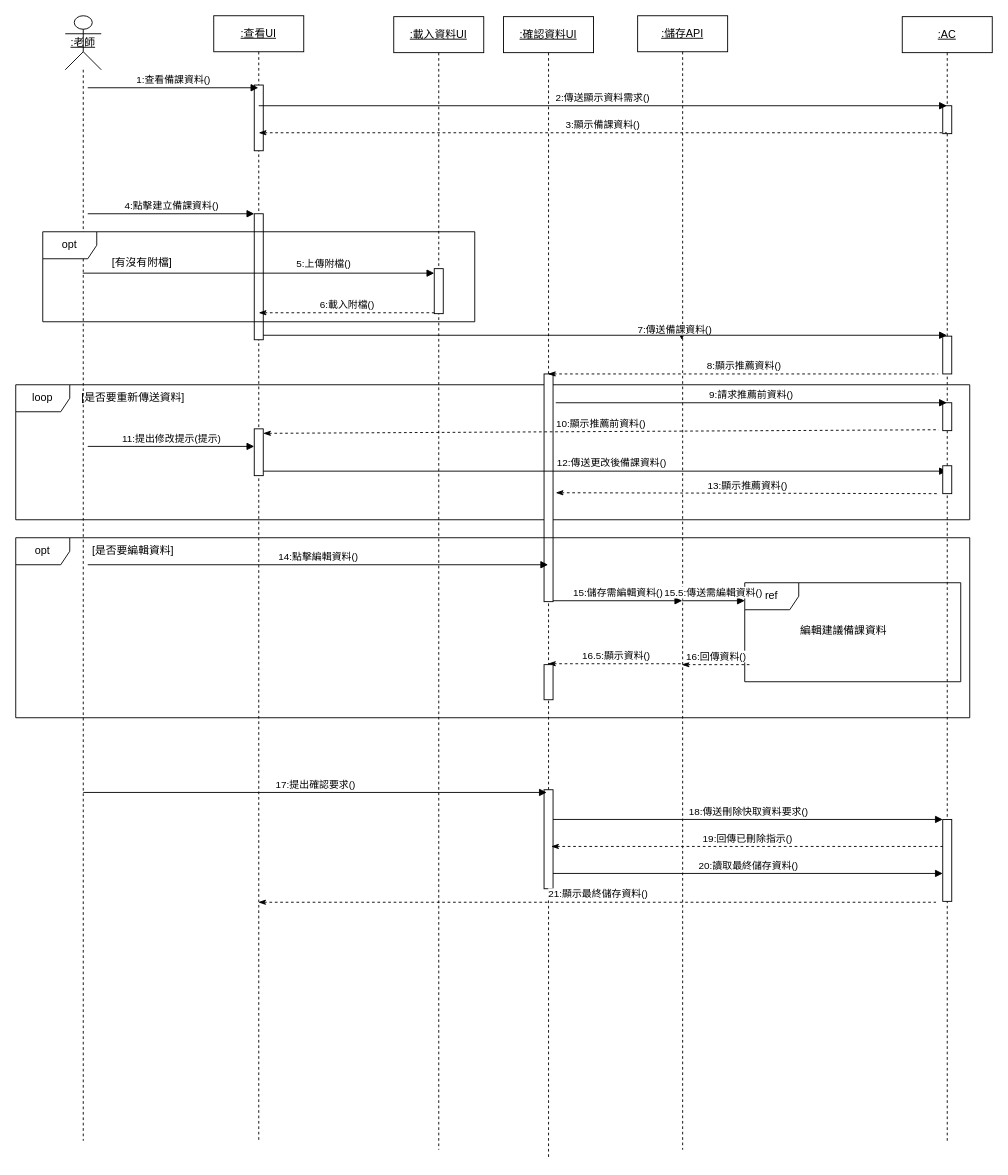
Earlier version of the draw.io diagram 循序圖(建立備課資料-UI)-new.drawio (Kevincheng0804/System-analysis). Source tidied: cells renumbered, new cells numbered last; positions are measured from the earlier drawing's top-left corner, leaving out a move shared by most shapes. Both pictures are drawn from the tidied source at 90%, with x=0, y=0 at pixel (15, 15).
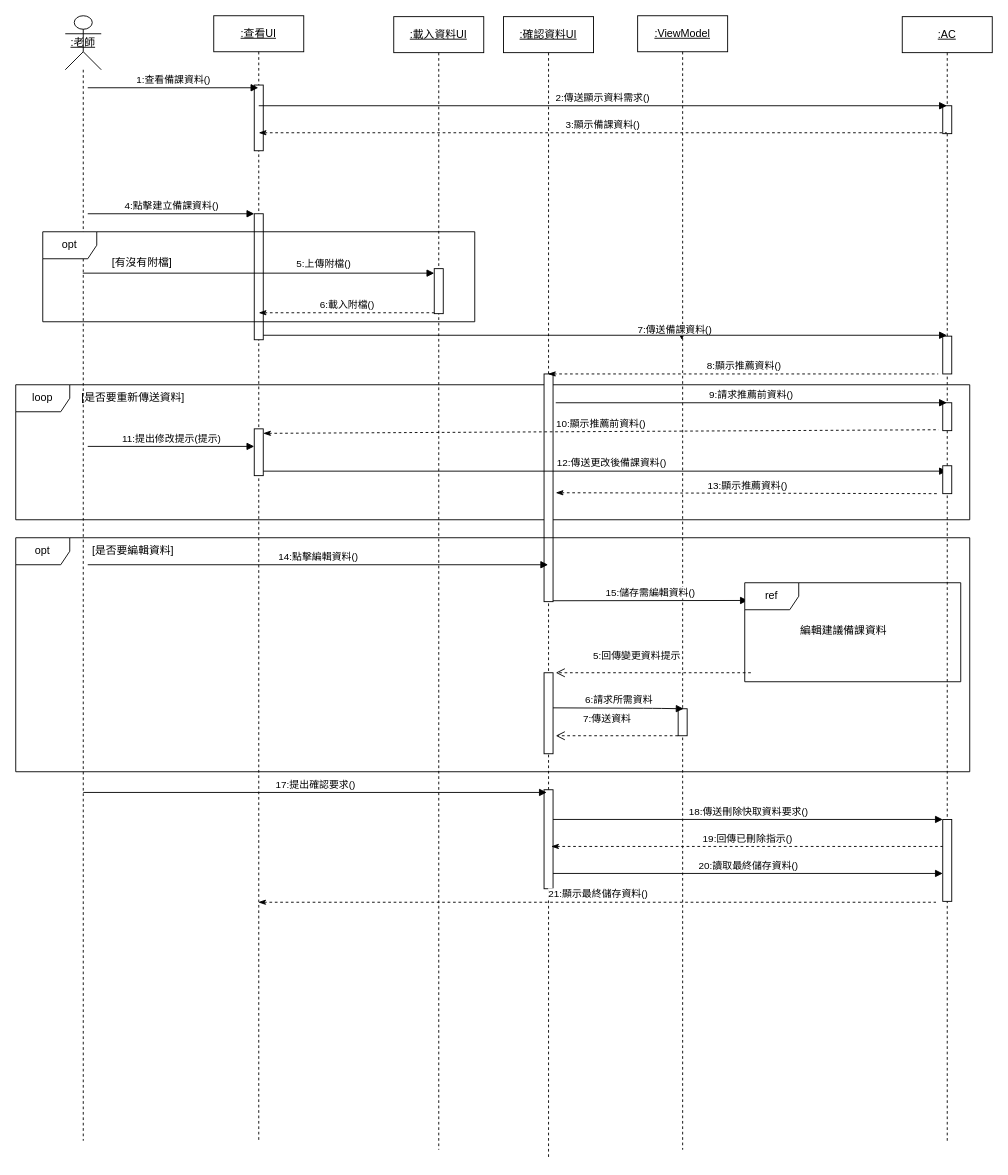
The same diagram, later.

Commit message:
更新循序圖(建立備課資料-UI)-new.drawio

Unchanged cells that the change refers to:
```xml
<mxCell id="46" value="ref" style="shape=umlFrame;whiteSpace=wrap;html=1;" parent="1" vertex="1">
  <mxGeometry x="810" y="630" width="240" height="110" as="geometry" />
</mxCell>
```

What changed in the source:
```diff
@@
-    <mxCell id="10" value="&lt;u&gt;:儲存API&lt;/u&gt;" style="shape=umlLifeline;perimeter=lifelinePerimeter;whiteSpace=wrap;html=1;outlineConnect=0;portConstraint=eastwest;newEdgeStyle={&quot;curved&quot;:0,&quot;rounded&quot;:0};" parent="1" vertex="1">
+    <mxCell id="10" value="&lt;u&gt;:ViewModel&lt;/u&gt;" style="shape=umlLifeline;perimeter=lifelinePerimeter;whiteSpace=wrap;html=1;outlineConnect=0;portConstraint=eastwest;newEdgeStyle={&quot;curved&quot;:0,&quot;rounded&quot;:0};" parent="1" vertex="1">
       <mxGeometry x="691" width="100" height="1260" as="geometry" />
     </mxCell>
+    <mxCell id="55" style="html=1;perimeter=orthogonalPerimeter;targetShapes=umlLifeline;newEdgeStyle={&quot;curved&quot;:0,&quot;rounded&quot;:0};" parent="10" vertex="1">
+      <mxGeometry x="45" y="770" width="10" height="30" as="geometry" />
+    </mxCell>
@@
     <mxCell id="37" value="opt" style="shape=umlFrame;whiteSpace=wrap;html=1;" parent="1" vertex="1">
-      <mxGeometry y="580" width="1060" height="200" as="geometry" />
+      <mxGeometry y="580" width="1060" height="260" as="geometry" />
     </mxCell>
@@
-    <mxCell id="41" value="16.5:顯示資料()" style="html=1;verticalAlign=bottom;endArrow=none;curved=0;rounded=0;startArrow=classicThin;startFill=1;endFill=0;dashed=1;" parent="1" edge="1" target="10">
-      <mxGeometry relative="1" as="geometry">
-        <mxPoint x="591.5" y="720" as="sourcePoint" />
-      </mxGeometry>
-    </mxCell>
     <mxCell id="42" style="html=1;perimeter=orthogonalPerimeter;targetShapes=umlLifeline;newEdgeStyle={&quot;curved&quot;:0,&quot;rounded&quot;:0};" parent="1" vertex="1">
-      <mxGeometry x="587" y="721" width="10" height="39" as="geometry" />
+      <mxGeometry x="587" y="730" width="10" height="90" as="geometry" />
     </mxCell>
@@
-    <mxCell id="44" value="15:儲存需編輯資料()" style="html=1;verticalAlign=bottom;endArrow=block;curved=0;rounded=0;" parent="1" edge="1" target="10">
+    <mxCell id="44" value="15:儲存需編輯資料()" style="html=1;verticalAlign=bottom;endArrow=block;curved=0;rounded=0;entryX=0.014;entryY=0.179;entryDx=0;entryDy=0;entryPerimeter=0;" parent="1" edge="1" target="46">
       <mxGeometry relative="1" as="geometry">
         <mxPoint x="597" y="650" as="sourcePoint" />
       </mxGeometry>
     </mxCell>
@@
-    <mxCell id="48" value="15.5:傳送需編輯資料()" style="html=1;verticalAlign=bottom;endArrow=block;curved=0;rounded=0;" parent="1" edge="1">
-      <mxGeometry relative="1" as="geometry">
-        <mxPoint x="740" y="650" as="sourcePoint" />
-        <mxPoint x="810" y="650" as="targetPoint" />
-      </mxGeometry>
-    </mxCell>
-    <mxCell id="49" value="16:回傳資料()" style="html=1;verticalAlign=bottom;endArrow=none;curved=0;rounded=0;startArrow=classicThin;startFill=1;endFill=0;dashed=1;" parent="1" edge="1">
-      <mxGeometry relative="1" as="geometry">
-        <mxPoint x="740" y="721" as="sourcePoint" />
-        <mxPoint x="815.2" y="721" as="targetPoint" />
-      </mxGeometry>
-    </mxCell>
@@
+    <mxCell id="56" value="6:請求所需資料" style="html=1;verticalAlign=bottom;startArrow=none;startFill=0;endArrow=block;startSize=8;" parent="1" edge="1">
+      <mxGeometry relative="1" as="geometry">
+        <mxPoint x="597" y="769" as="sourcePoint" />
+        <mxPoint x="742" y="770" as="targetPoint" />
+        <Array as="points">
+          <mxPoint x="707.5" y="769.5" />
+        </Array>
+      </mxGeometry>
+    </mxCell>
+    <mxCell id="57" value="7:傳送資料" style="html=1;verticalAlign=bottom;endArrow=open;dashed=1;endSize=8;" parent="1" edge="1">
+      <mxGeometry x="0.17" y="-10" relative="1" as="geometry">
+        <mxPoint x="735.8" y="800" as="sourcePoint" />
+        <mxPoint x="600" y="800" as="targetPoint" />
+      </mxGeometry>
+    </mxCell>
+    <mxCell id="58" value="5:回傳變更資料提示" style="html=1;verticalAlign=bottom;endArrow=open;dashed=1;endSize=8;" parent="1" edge="1">
+      <mxGeometry x="0.17" y="-10" relative="1" as="geometry">
+        <mxPoint x="816.8" y="730" as="sourcePoint" />
+        <mxPoint x="600" y="730" as="targetPoint" />
+      </mxGeometry>
+    </mxCell>
```
